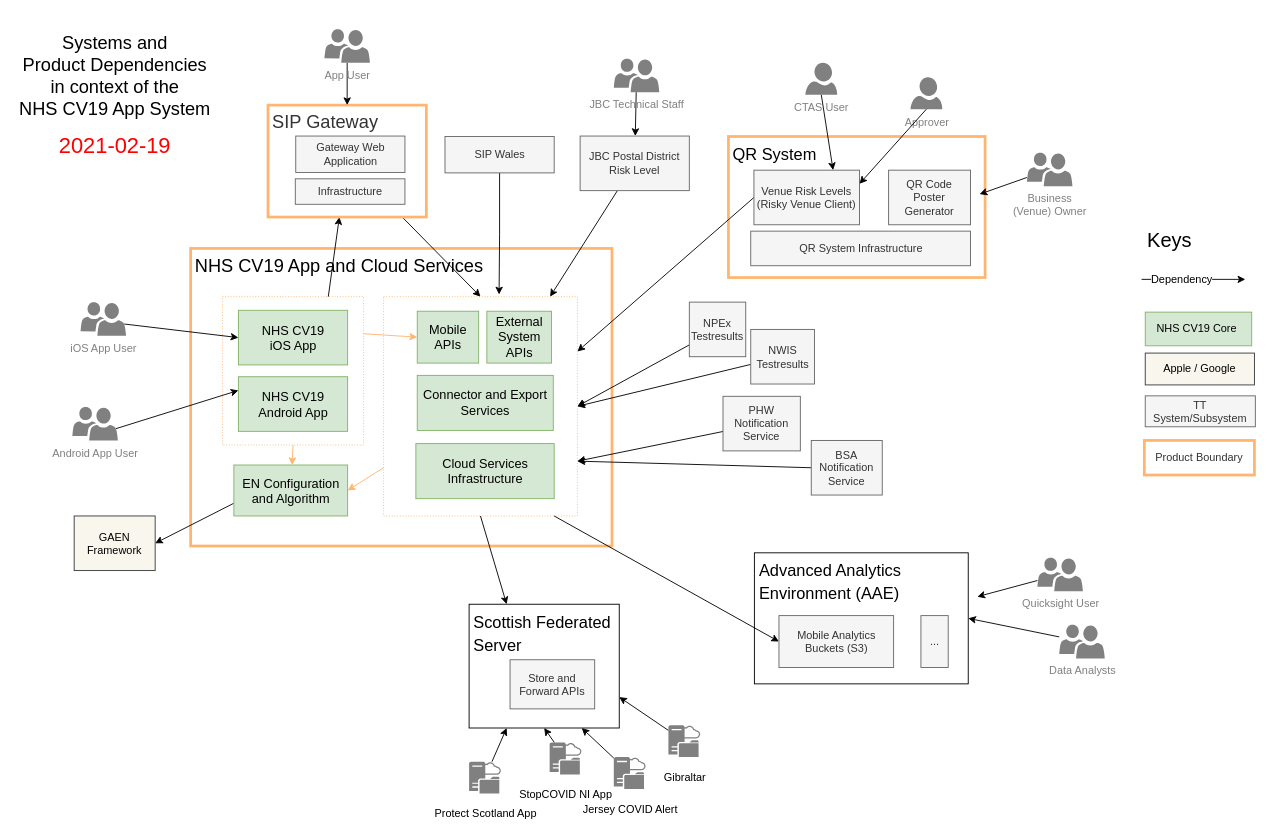
Above: page "sys-overview" (1 of 2) of doc/architecture/diagrams/cv19-app-system-architecture.drawio in ukhsa-collaboration/covid19-app-system-public (draw.io), before the change. Source tidied: cells renumbered, new cells numbered last; positions are measured from the earlier drawing's top-left corner, leaving out a move shared by most shapes. Both pictures are drawn from the tidied source at 91%, with x=0, y=0 at pixel (15, 15).
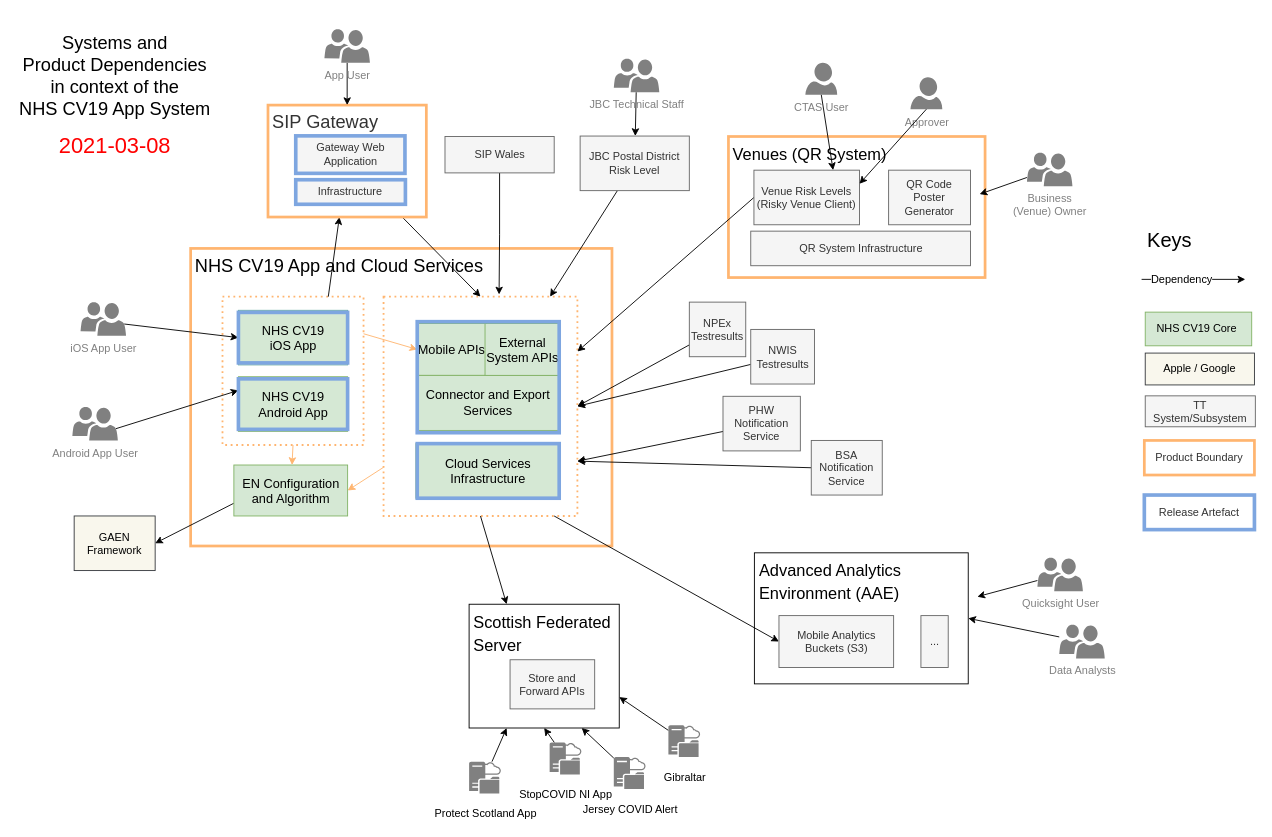
After the change.

Unchanged cells that the change refers to:
```xml
<mxCell id="71" value="EN Configuration and Algorithm" style="rounded=0;whiteSpace=wrap;html=1;strokeColor=#82b366;fontSize=14;verticalAlign=middle;fillColor=#d5e8d4;" parent="1" vertex="1">
  <mxGeometry x="240.5" y="493.5" width="125" height="56" as="geometry" />
</mxCell>
```

Diff of the diagram source:
```diff
@@
-    <mxCell id="3" style="rounded=0;whiteSpace=wrap;html=1;fontSize=16;fillColor=none;verticalAlign=top;align=center;strokeColor=#FFB570;strokeWidth=1;dashed=1;dashPattern=1 2;" parent="1" vertex="1">
+    <mxCell id="3" style="rounded=0;whiteSpace=wrap;html=1;fontSize=16;fillColor=none;verticalAlign=top;align=center;strokeColor=#FFB570;strokeWidth=2;dashed=1;dashPattern=1 2;" parent="1" vertex="1">
       <mxGeometry x="405" y="308.5" width="213" height="241" as="geometry" />
     </mxCell>
-    <mxCell id="4" value="&lt;font style=&quot;font-size: 18px&quot;&gt;QR System&lt;/font&gt;" style="rounded=0;whiteSpace=wrap;html=1;fillColor=none;verticalAlign=top;fontSize=20;align=left;spacingLeft=3;strokeColor=#FFB570;strokeWidth=3;" parent="1" vertex="1">
+    <mxCell id="4" value="&lt;font style=&quot;font-size: 18px&quot;&gt;Venues (QR System)&lt;/font&gt;" style="rounded=0;whiteSpace=wrap;html=1;fillColor=none;verticalAlign=top;fontSize=20;align=left;spacingLeft=3;strokeColor=#FFB570;strokeWidth=3;" parent="1" vertex="1">
       <mxGeometry x="784" y="132.5" width="282" height="155" as="geometry" />
     </mxCell>
-    <mxCell id="5" style="rounded=0;whiteSpace=wrap;html=1;fillColor=none;verticalAlign=top;fontSize=16;strokeColor=#FFB570;strokeWidth=1;dashed=1;dashPattern=1 2;" parent="1" vertex="1">
+    <mxCell id="5" style="rounded=0;whiteSpace=wrap;html=1;fillColor=none;verticalAlign=top;fontSize=16;strokeColor=#FFB570;strokeWidth=2;dashed=1;dashPattern=1 2;" parent="1" vertex="1">
       <mxGeometry x="228" y="308.5" width="155" height="163" as="geometry" />
     </mxCell>
@@
-    <mxCell id="8" value="NHS CV19 &lt;br style=&quot;font-size: 14px;&quot;&gt;iOS App" style="rounded=0;whiteSpace=wrap;html=1;fillColor=#d5e8d4;strokeColor=#82b366;fontSize=14;" parent="1" vertex="1">
+    <mxCell id="8" value="NHS CV19 &lt;br style=&quot;font-size: 14px;&quot;&gt;iOS App" style="rounded=0;whiteSpace=wrap;html=1;fillColor=#d5e8d4;fontSize=14;strokeColor=#67AB9F;" parent="1" vertex="1">
       <mxGeometry x="245.5" y="323.5" width="120" height="60" as="geometry" />
     </mxCell>
@@
-    <mxCell id="10" style="edgeStyle=none;rounded=0;jettySize=auto;html=1;entryX=1;entryY=0.5;entryDx=0;entryDy=0;strokeColor=#FFB570;" parent="1" edge="1" source="3" target="71">
-      <mxGeometry relative="1" as="geometry" />
+    <mxCell id="10" style="edgeStyle=none;rounded=0;jettySize=auto;html=1;entryX=1;entryY=0.5;entryDx=0;entryDy=0;strokeColor=#FFB570;" parent="1" edge="1" target="71">
+      <mxGeometry relative="1" as="geometry">
+        <mxPoint x="405" y="496" as="sourcePoint" />
+      </mxGeometry>
     </mxCell>
@@
     <mxCell id="12" value="Cloud Services Infrastructure" style="rounded=0;whiteSpace=wrap;html=1;fillColor=#d5e8d4;strokeColor=#82b366;fontSize=14;" parent="1" vertex="1">
-      <mxGeometry x="440.5" y="470" width="152" height="60.5" as="geometry" />
+      <mxGeometry x="440.5" y="470" width="157.5" height="60" as="geometry" />
     </mxCell>
@@
-    <mxCell id="28" value="2021-02-19" style="text;html=1;strokeColor=none;fillColor=none;align=center;verticalAlign=middle;whiteSpace=wrap;rounded=0;dashed=1;fontSize=24;fontColor=#FF0000;" parent="1" vertex="1">
+    <mxCell id="28" value="2021-03-08" style="text;html=1;strokeColor=none;fillColor=none;align=center;verticalAlign=middle;whiteSpace=wrap;rounded=0;dashed=1;fontSize=24;fontColor=#FF0000;" parent="1" vertex="1">
       <mxGeometry x="44.5" y="132.5" width="130" height="20" as="geometry" />
     </mxCell>
@@
     <mxCell id="54" value="Mobile APIs" style="rounded=0;whiteSpace=wrap;html=1;fillColor=#d5e8d4;strokeColor=#82b366;fontSize=14;" parent="1" vertex="1">
-      <mxGeometry x="442" y="324.5" width="67.5" height="57" as="geometry" />
+      <mxGeometry x="442" y="338" width="76" height="57" as="geometry" />
     </mxCell>
     <mxCell id="55" value="Connector and Export Services" style="rounded=0;whiteSpace=wrap;html=1;fillColor=#d5e8d4;strokeColor=#82b366;fontSize=14;" parent="1" vertex="1">
-      <mxGeometry x="442" y="395" width="149.5" height="60.5" as="geometry" />
+      <mxGeometry x="442" y="395" width="156" height="60.5" as="geometry" />
     </mxCell>
     <mxCell id="56" value="External System APIs" style="rounded=0;whiteSpace=wrap;html=1;fillColor=#d5e8d4;strokeColor=#82b366;fontSize=14;" parent="1" vertex="1">
-      <mxGeometry x="518.5" y="324.5" width="71" height="57" as="geometry" />
+      <mxGeometry x="516.5" y="338" width="81.5" height="57" as="geometry" />
     </mxCell>
@@
+    <mxCell id="81" value="Release Artefact" style="rounded=0;whiteSpace=wrap;html=1;fontColor=#333333;strokeWidth=4;fillColor=none;strokeColor=#7EA6E0;" parent="1" vertex="1">
+      <mxGeometry x="1241" y="526.5" width="121" height="38" as="geometry" />
+    </mxCell>
+    <mxCell id="82" style="rounded=0;whiteSpace=wrap;html=1;fontColor=#333333;strokeWidth=4;fillColor=none;strokeColor=#7EA6E0;" parent="1" vertex="1">
+      <mxGeometry x="245.5" y="325.8" width="120" height="55.5" as="geometry" />
+    </mxCell>
+    <mxCell id="83" style="rounded=0;whiteSpace=wrap;html=1;fontColor=#333333;strokeWidth=4;fillColor=none;strokeColor=#7EA6E0;" parent="1" vertex="1">
+      <mxGeometry x="245.5" y="398.8" width="120" height="55.5" as="geometry" />
+    </mxCell>
+    <mxCell id="84" style="rounded=0;whiteSpace=wrap;html=1;fontColor=#333333;strokeWidth=4;fillColor=none;strokeColor=#7EA6E0;" parent="1" vertex="1">
+      <mxGeometry x="442" y="336" width="156" height="122" as="geometry" />
+    </mxCell>
+    <mxCell id="85" style="rounded=0;whiteSpace=wrap;html=1;fontColor=#333333;strokeWidth=4;fillColor=none;strokeColor=#7EA6E0;" parent="1" vertex="1">
+      <mxGeometry x="442" y="470" width="156" height="60" as="geometry" />
+    </mxCell>
+    <mxCell id="86" style="rounded=0;whiteSpace=wrap;html=1;fontColor=#333333;strokeWidth=4;fillColor=none;strokeColor=#7EA6E0;" parent="1" vertex="1">
+      <mxGeometry x="308.5" y="131.8" width="120" height="41.2" as="geometry" />
+    </mxCell>
+    <mxCell id="87" style="rounded=0;whiteSpace=wrap;html=1;fontColor=#333333;strokeWidth=4;fillColor=none;strokeColor=#7EA6E0;" parent="1" vertex="1">
+      <mxGeometry x="308.5" y="180" width="120.5" height="27" as="geometry" />
+    </mxCell>
```
